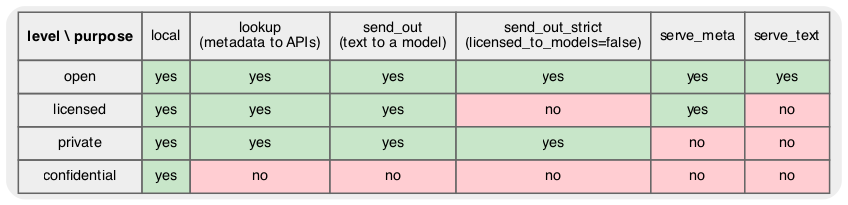
Earlier version of the Graphviz export docs/architecture/diagrams/sharing.png (markmuetz/litnav). Its source is kept beside it as docs/architecture/diagrams/sharing.dot. The source it was exported from:
```dot
digraph G { graph [fontname="Helvetica", fontsize=11, nodesep=0.3, ranksep=0.35]; node [fontname="Helvetica", fontsize=9.5, shape=box, style="rounded,filled", fillcolor="#EEEEEE", color="#666666"]; edge [fontname="Helvetica", fontsize=8, color="#555555"]; rankdir=LR;
  lvl [shape=plaintext, label=<<TABLE BORDER="0" CELLBORDER="1" CELLSPACING="0" CELLPADDING="5">
  <TR><TD BGCOLOR="#EEEEEE"><B>level \\ purpose</B></TD><TD BGCOLOR="#EEEEEE">local</TD><TD BGCOLOR="#EEEEEE">lookup<BR/>(metadata to APIs)</TD><TD BGCOLOR="#EEEEEE">send_out<BR/>(text to a model)</TD><TD BGCOLOR="#EEEEEE">send_out_strict<BR/>(licensed_to_models=false)</TD><TD BGCOLOR="#EEEEEE">serve_meta</TD><TD BGCOLOR="#EEEEEE">serve_text</TD></TR>
  <TR><TD>open</TD><TD BGCOLOR="#C8E6C9">yes</TD><TD BGCOLOR="#C8E6C9">yes</TD><TD BGCOLOR="#C8E6C9">yes</TD><TD BGCOLOR="#C8E6C9">yes</TD><TD BGCOLOR="#C8E6C9">yes</TD><TD BGCOLOR="#C8E6C9">yes</TD></TR>
  <TR><TD>licensed</TD><TD BGCOLOR="#C8E6C9">yes</TD><TD BGCOLOR="#C8E6C9">yes</TD><TD BGCOLOR="#C8E6C9">yes</TD><TD BGCOLOR="#FFCDD2">no</TD><TD BGCOLOR="#C8E6C9">yes</TD><TD BGCOLOR="#FFCDD2">no</TD></TR>
  <TR><TD>private</TD><TD BGCOLOR="#C8E6C9">yes</TD><TD BGCOLOR="#C8E6C9">yes</TD><TD BGCOLOR="#C8E6C9">yes</TD><TD BGCOLOR="#C8E6C9">yes</TD><TD BGCOLOR="#FFCDD2">no</TD><TD BGCOLOR="#FFCDD2">no</TD></TR>
  <TR><TD>confidential</TD><TD BGCOLOR="#C8E6C9">yes</TD><TD BGCOLOR="#FFCDD2">no</TD><TD BGCOLOR="#FFCDD2">no</TD><TD BGCOLOR="#FFCDD2">no</TD><TD BGCOLOR="#FFCDD2">no</TD><TD BGCOLOR="#FFCDD2">no</TD></TR>
  </TABLE>>];
}
```
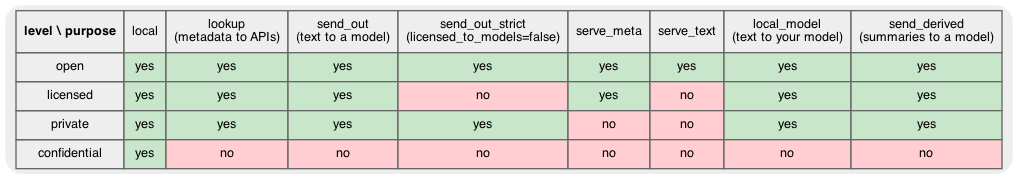
Later version of the same file.

What changed in the source:
```diff
@@ -1,9 +1,9 @@
 digraph G { graph [fontname="Helvetica", fontsize=11, nodesep=0.3, ranksep=0.35]; node [fontname="Helvetica", fontsize=9.5, shape=box, style="rounded,filled", fillcolor="#EEEEEE", color="#666666"]; edge [fontname="Helvetica", fontsize=8, color="#555555"]; rankdir=LR;
   lvl [shape=plaintext, label=<<TABLE BORDER="0" CELLBORDER="1" CELLSPACING="0" CELLPADDING="5">
-  <TR><TD BGCOLOR="#EEEEEE"><B>level \\ purpose</B></TD><TD BGCOLOR="#EEEEEE">local</TD><TD BGCOLOR="#EEEEEE">lookup<BR/>(metadata to APIs)</TD><TD BGCOLOR="#EEEEEE">send_out<BR/>(text to a model)</TD><TD BGCOLOR="#EEEEEE">send_out_strict<BR/>(licensed_to_models=false)</TD><TD BGCOLOR="#EEEEEE">serve_meta</TD><TD BGCOLOR="#EEEEEE">serve_text</TD></TR>
-  <TR><TD>open</TD><TD BGCOLOR="#C8E6C9">yes</TD><TD BGCOLOR="#C8E6C9">yes</TD><TD BGCOLOR="#C8E6C9">yes</TD><TD BGCOLOR="#C8E6C9">yes</TD><TD BGCOLOR="#C8E6C9">yes</TD><TD BGCOLOR="#C8E6C9">yes</TD></TR>
-  <TR><TD>licensed</TD><TD BGCOLOR="#C8E6C9">yes</TD><TD BGCOLOR="#C8E6C9">yes</TD><TD BGCOLOR="#C8E6C9">yes</TD><TD BGCOLOR="#FFCDD2">no</TD><TD BGCOLOR="#C8E6C9">yes</TD><TD BGCOLOR="#FFCDD2">no</TD></TR>
-  <TR><TD>private</TD><TD BGCOLOR="#C8E6C9">yes</TD><TD BGCOLOR="#C8E6C9">yes</TD><TD BGCOLOR="#C8E6C9">yes</TD><TD BGCOLOR="#C8E6C9">yes</TD><TD BGCOLOR="#FFCDD2">no</TD><TD BGCOLOR="#FFCDD2">no</TD></TR>
-  <TR><TD>confidential</TD><TD BGCOLOR="#C8E6C9">yes</TD><TD BGCOLOR="#FFCDD2">no</TD><TD BGCOLOR="#FFCDD2">no</TD><TD BGCOLOR="#FFCDD2">no</TD><TD BGCOLOR="#FFCDD2">no</TD><TD BGCOLOR="#FFCDD2">no</TD></TR>
+  <TR><TD BGCOLOR="#EEEEEE"><B>level \\ purpose</B></TD><TD BGCOLOR="#EEEEEE">local</TD><TD BGCOLOR="#EEEEEE">lookup<BR/>(metadata to APIs)</TD><TD BGCOLOR="#EEEEEE">send_out<BR/>(text to a model)</TD><TD BGCOLOR="#EEEEEE">send_out_strict<BR/>(licensed_to_models=false)</TD><TD BGCOLOR="#EEEEEE">serve_meta</TD><TD BGCOLOR="#EEEEEE">serve_text</TD><TD BGCOLOR="#EEEEEE">local_model<BR/>(text to your model)</TD><TD BGCOLOR="#EEEEEE">send_derived<BR/>(summaries to a model)</TD></TR>
+  <TR><TD>open</TD><TD BGCOLOR="#C8E6C9">yes</TD><TD BGCOLOR="#C8E6C9">yes</TD><TD BGCOLOR="#C8E6C9">yes</TD><TD BGCOLOR="#C8E6C9">yes</TD><TD BGCOLOR="#C8E6C9">yes</TD><TD BGCOLOR="#C8E6C9">yes</TD><TD BGCOLOR="#C8E6C9">yes</TD><TD BGCOLOR="#C8E6C9">yes</TD></TR>
+  <TR><TD>licensed</TD><TD BGCOLOR="#C8E6C9">yes</TD><TD BGCOLOR="#C8E6C9">yes</TD><TD BGCOLOR="#C8E6C9">yes</TD><TD BGCOLOR="#FFCDD2">no</TD><TD BGCOLOR="#C8E6C9">yes</TD><TD BGCOLOR="#FFCDD2">no</TD><TD BGCOLOR="#C8E6C9">yes</TD><TD BGCOLOR="#C8E6C9">yes</TD></TR>
+  <TR><TD>private</TD><TD BGCOLOR="#C8E6C9">yes</TD><TD BGCOLOR="#C8E6C9">yes</TD><TD BGCOLOR="#C8E6C9">yes</TD><TD BGCOLOR="#C8E6C9">yes</TD><TD BGCOLOR="#FFCDD2">no</TD><TD BGCOLOR="#FFCDD2">no</TD><TD BGCOLOR="#C8E6C9">yes</TD><TD BGCOLOR="#C8E6C9">yes</TD></TR>
+  <TR><TD>confidential</TD><TD BGCOLOR="#C8E6C9">yes</TD><TD BGCOLOR="#FFCDD2">no</TD><TD BGCOLOR="#FFCDD2">no</TD><TD BGCOLOR="#FFCDD2">no</TD><TD BGCOLOR="#FFCDD2">no</TD><TD BGCOLOR="#FFCDD2">no</TD><TD BGCOLOR="#FFCDD2">no</TD><TD BGCOLOR="#FFCDD2">no</TD></TR>
   </TABLE>>];
 }
```
